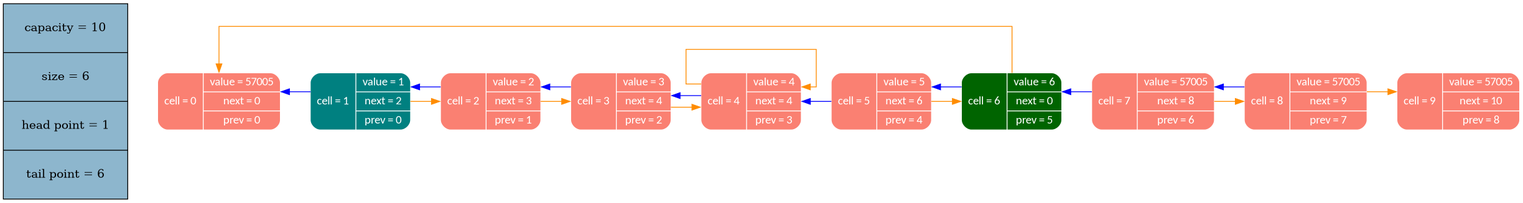
Above: dump_info/list_dump.png in MaxGroshev/list (Graphviz), before the change. Its source is kept beside it as dump_info/list_dump.dot.
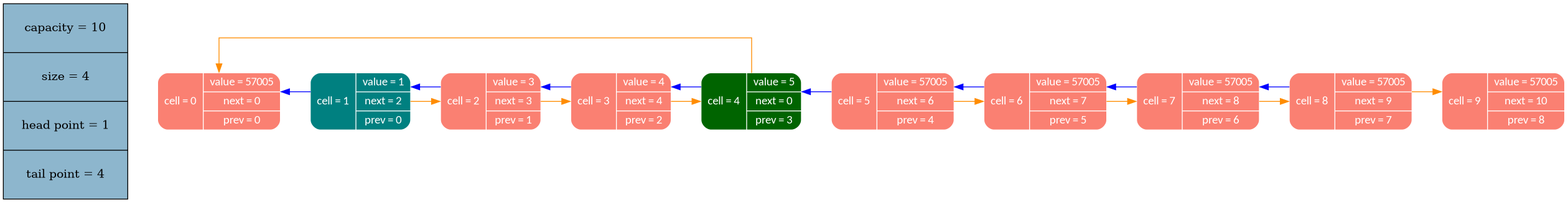
The same diagram one commit later.

Diff of the diagram source:
```diff
@@ -3,16 +3,16 @@
 rankdir = "LR"
 splines = "ortho"
 
-node_stat [margin = "0.3*0.3", style = "filled", shape = "record", fillcolor = "#8DB6CD" label = "capacity = 10 | size = 6 | head point = 1 | tail point = 6"]
+node_stat [margin = "0.3*0.3", style = "filled", shape = "record", fillcolor = "#8DB6CD" label = "capacity = 10 | size = 4 | head point = 1 | tail point = 4"]
 {rank = source; node_stat}
 
 node0 [shape = "Mrecord", fillcolor = "#FA8072", style = "filled", fontcolor = "white", fontname = "Calibri", color = "white", label = "{cell = 0\n | {value = 57005 |next = 0 |prev = 0}}"]
 node1 [shape = "Mrecord", fillcolor = "#008080", style = "filled", fontcolor = "white", fontname = "Calibri", color = "white", label = "{cell = 1\n | {value = 1 |next = 2 |prev = 0}}"]
-node2 [shape = "Mrecord", fillcolor = "#FA8072", style = "filled", fontcolor = "white", fontname = "Calibri", color = "white", label = "{cell = 2\n | {value = 2 |next = 3 |prev = 1}}"]
-node3 [shape = "Mrecord", fillcolor = "#FA8072", style = "filled", fontcolor = "white", fontname = "Calibri", color = "white", label = "{cell = 3\n | {value = 3 |next = 4 |prev = 2}}"]
-node4 [shape = "Mrecord", fillcolor = "#FA8072", style = "filled", fontcolor = "white", fontname = "Calibri", color = "white", label = "{cell = 4\n | {value = 4 |next = 4 |prev = 3}}"]
-node5 [shape = "Mrecord", fillcolor = "#FA8072", style = "filled", fontcolor = "white", fontname = "Calibri", color = "white", label = "{cell = 5\n | {value = 5 |next = 6 |prev = 4}}"]
-node6 [shape = "Mrecord", fillcolor = "#006400", style = "filled", fontcolor = "white", fontname = "Calibri", color = "white", label = "{cell = 6\n | {value = 6 |next = 0 |prev = 5}}"]
+node2 [shape = "Mrecord", fillcolor = "#FA8072", style = "filled", fontcolor = "white", fontname = "Calibri", color = "white", label = "{cell = 2\n | {value = 3 |next = 3 |prev = 1}}"]
+node3 [shape = "Mrecord", fillcolor = "#FA8072", style = "filled", fontcolor = "white", fontname = "Calibri", color = "white", label = "{cell = 3\n | {value = 4 |next = 4 |prev = 2}}"]
+node4 [shape = "Mrecord", fillcolor = "#006400", style = "filled", fontcolor = "white", fontname = "Calibri", color = "white", label = "{cell = 4\n | {value = 5 |next = 0 |prev = 3}}"]
+node5 [shape = "Mrecord", fillcolor = "#FA8072", style = "filled", fontcolor = "white", fontname = "Calibri", color = "white", label = "{cell = 5\n | {value = 57005 |next = 6 |prev = 4}}"]
+node6 [shape = "Mrecord", fillcolor = "#FA8072", style = "filled", fontcolor = "white", fontname = "Calibri", color = "white", label = "{cell = 6\n | {value = 57005 |next = 7 |prev = 5}}"]
 node7 [shape = "Mrecord", fillcolor = "#FA8072", style = "filled", fontcolor = "white", fontname = "Calibri", color = "white", label = "{cell = 7\n | {value = 57005 |next = 8 |prev = 6}}"]
 node8 [shape = "Mrecord", fillcolor = "#FA8072", style = "filled", fontcolor = "white", fontname = "Calibri", color = "white", label = "{cell = 8\n | {value = 57005 |next = 9 |prev = 7}}"]
 node9 [shape = "Mrecord", fillcolor = "#FA8072", style = "filled", fontcolor = "white", fontname = "Calibri", color = "white", label = "{cell = 9\n | {value = 57005 |next = 10 |prev = 8}}"]
@@ -27,13 +27,13 @@
 node3 -> node4 [color = "#FF8C00", style = "", constraint = false, fillcolor = "",   fontcolor = "", fontname = "Calibri", label = ""];
 node3 -> node2 [color = "blue", style = "", constraint = false, fillcolor = "",   fontcolor = "", fontname = "Calibri", label = ""];
 node4 -> node5 [color = "black", style = "invis", constraint = true, fillcolor = "",   fontcolor = "", fontname = "Calibri", label = ""];
-node4 -> node4 [color = "#FF8C00", style = "", constraint = false, fillcolor = "",   fontcolor = "", fontname = "Calibri", label = ""];
+node4 -> node0 [color = "#FF8C00", style = "", constraint = false, fillcolor = "",   fontcolor = "", fontname = "Calibri", label = ""];
 node4 -> node3 [color = "blue", style = "", constraint = false, fillcolor = "",   fontcolor = "", fontname = "Calibri", label = ""];
 node5 -> node6 [color = "black", style = "invis", constraint = true, fillcolor = "",   fontcolor = "", fontname = "Calibri", label = ""];
 node5 -> node6 [color = "#FF8C00", style = "", constraint = false, fillcolor = "",   fontcolor = "", fontname = "Calibri", label = ""];
 node5 -> node4 [color = "blue", style = "", constraint = false, fillcolor = "",   fontcolor = "", fontname = "Calibri", label = ""];
 node6 -> node7 [color = "black", style = "invis", constraint = true, fillcolor = "",   fontcolor = "", fontname = "Calibri", label = ""];
-node6 -> node0 [color = "#FF8C00", style = "", constraint = false, fillcolor = "",   fontcolor = "", fontname = "Calibri", label = ""];
+node6 -> node7 [color = "#FF8C00", style = "", constraint = false, fillcolor = "",   fontcolor = "", fontname = "Calibri", label = ""];
 node6 -> node5 [color = "blue", style = "", constraint = false, fillcolor = "",   fontcolor = "", fontname = "Calibri", label = ""];
 node7 -> node8 [color = "black", style = "invis", constraint = true, fillcolor = "",   fontcolor = "", fontname = "Calibri", label = ""];
 node7 -> node8 [color = "#FF8C00", style = "", constraint = false, fillcolor = "",   fontcolor = "", fontname = "Calibri", label = ""];
```
